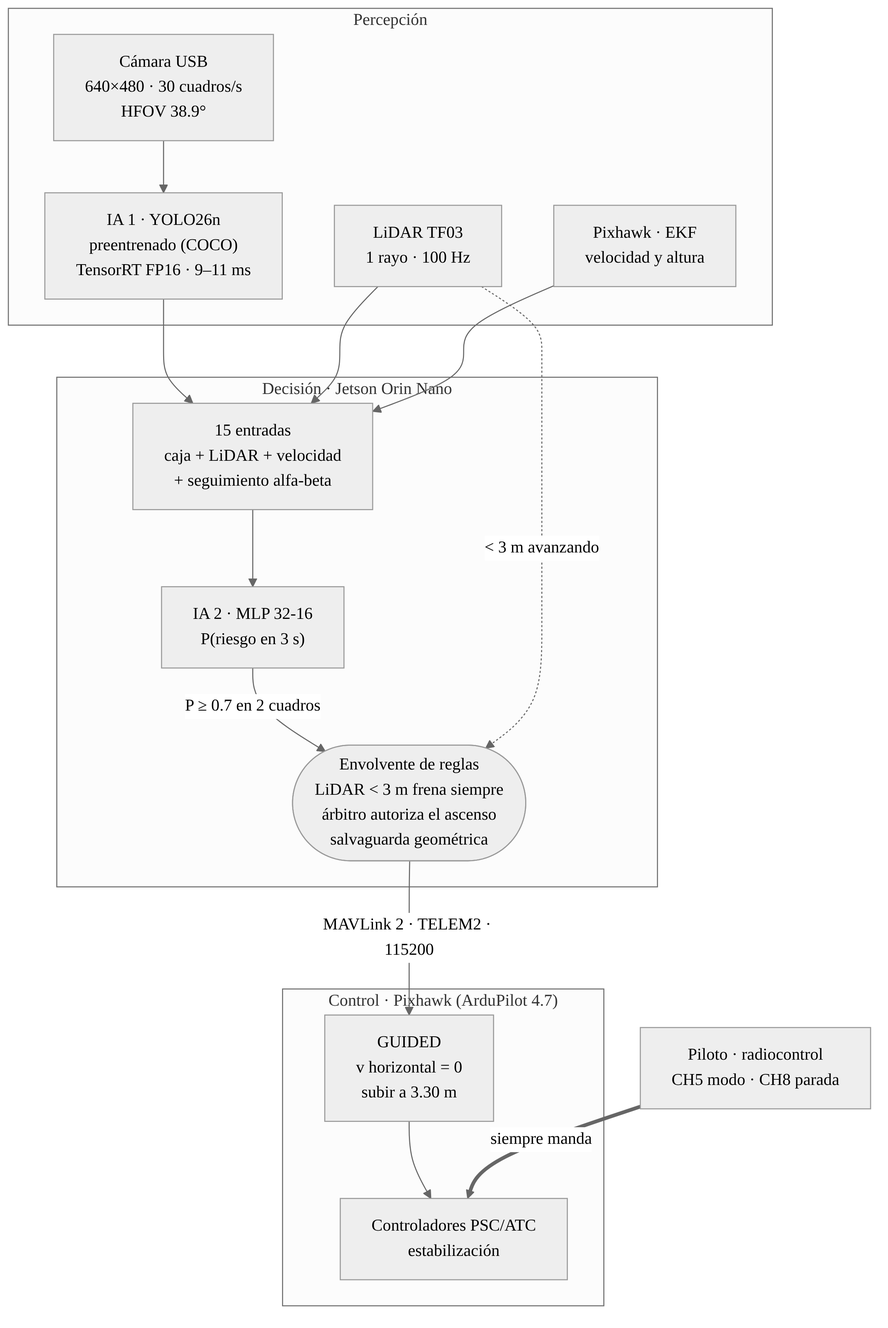
This is docs/documento/diagramas/01_arquitectura.png from brahianorrego/Tesis-IA-Drone, a Mermaid export, as it was before one commit. Its source is kept beside it as docs/documento/diagramas/01_arquitectura.mmd. Its diagram source:
```mermaid
flowchart TB
    subgraph P["Percepción"]
        CAM["Cámara USB<br/>640×480 · 30 cuadros/s<br/>HFOV 38.9°"] --> YOLO["IA 1 · YOLO26n<br/>preentrenado (COCO)<br/>TensorRT FP16 · 9–11 ms"]
        LID["LiDAR TF03<br/>1 rayo · 100 Hz"]
        EKF["Pixhawk · EKF<br/>velocidad y altura"]
    end
    subgraph D["Decisión · Jetson Orin Nano"]
        ENT["15 entradas<br/>caja + LiDAR + velocidad<br/>+ seguimiento alfa-beta"] --> MLP["IA 2 · MLP 32-16<br/>P(riesgo en 3 s)"]
        MLP -->|"P ≥ 0.7 en 2 cuadros"| ENV
        ENV(["Envolvente de reglas<br/>LiDAR &lt; 3 m frena siempre<br/>árbitro autoriza el ascenso<br/>salvaguarda geométrica"])
    end
    subgraph C["Control · Pixhawk (ArduPilot 4.7)"]
        GUI["GUIDED<br/>v horizontal = 0<br/>subir a 3.30 m"] --> PID["Controladores PSC/ATC<br/>estabilización"]
    end
    YOLO --> ENT
    LID --> ENT
    EKF --> ENT
    LID -.->|"&lt; 3 m avanzando"| ENV
    ENV -->|"MAVLink 2 · TELEM2 · 115200"| GUI
    RC["Piloto · radiocontrol<br/>CH5 modo · CH8 parada"] ==>|"siempre manda"| PID
```
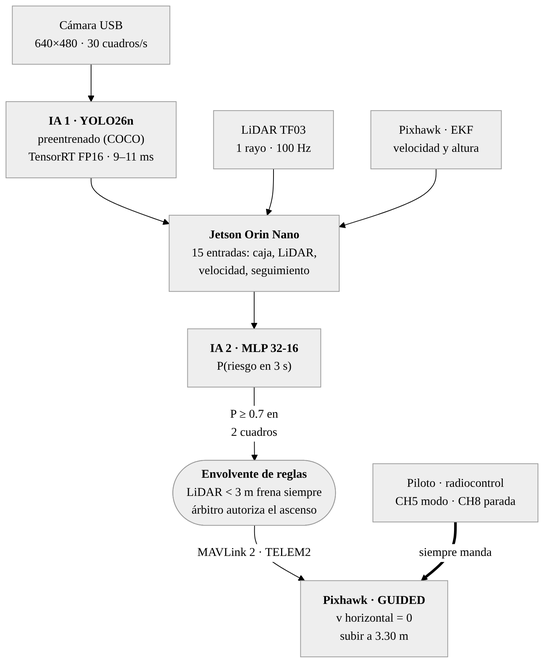
Later version of the same file.

Diff of the diagram source:
```diff
@@ -1,20 +1,11 @@
 flowchart TB
-    subgraph P["Percepción"]
-        CAM["Cámara USB<br/>640×480 · 30 cuadros/s<br/>HFOV 38.9°"] --> YOLO["IA 1 · YOLO26n<br/>preentrenado (COCO)<br/>TensorRT FP16 · 9–11 ms"]
-        LID["LiDAR TF03<br/>1 rayo · 100 Hz"]
-        EKF["Pixhawk · EKF<br/>velocidad y altura"]
-    end
-    subgraph D["Decisión · Jetson Orin Nano"]
-        ENT["15 entradas<br/>caja + LiDAR + velocidad<br/>+ seguimiento alfa-beta"] --> MLP["IA 2 · MLP 32-16<br/>P(riesgo en 3 s)"]
-        MLP -->|"P ≥ 0.7 en 2 cuadros"| ENV
-        ENV(["Envolvente de reglas<br/>LiDAR &lt; 3 m frena siempre<br/>árbitro autoriza el ascenso<br/>salvaguarda geométrica"])
-    end
-    subgraph C["Control · Pixhawk (ArduPilot 4.7)"]
-        GUI["GUIDED<br/>v horizontal = 0<br/>subir a 3.30 m"] --> PID["Controladores PSC/ATC<br/>estabilización"]
-    end
+    CAM["Cámara USB<br/>640×480 · 30 cuadros/s"] --> YOLO["<b>IA 1 · YOLO26n</b><br/>preentrenado (COCO)<br/>TensorRT FP16 · 9–11 ms"]
+    LID["LiDAR TF03<br/>1 rayo · 100 Hz"]
+    EKF["Pixhawk · EKF<br/>velocidad y altura"]
     YOLO --> ENT
     LID --> ENT
     EKF --> ENT
-    LID -.->|"&lt; 3 m avanzando"| ENV
-    ENV -->|"MAVLink 2 · TELEM2 · 115200"| GUI
-    RC["Piloto · radiocontrol<br/>CH5 modo · CH8 parada"] ==>|"siempre manda"| PID
+    ENT["<b>Jetson Orin Nano</b><br/>15 entradas: caja, LiDAR,<br/>velocidad, seguimiento"] --> MLP["<b>IA 2 · MLP 32-16</b><br/>P(riesgo en 3 s)"]
+    MLP -->|"P ≥ 0.7 en<br/>2 cuadros"| ENV(["<b>Envolvente de reglas</b><br/>LiDAR &lt; 3 m frena siempre<br/>árbitro autoriza el ascenso"])
+    ENV -->|"MAVLink 2 · TELEM2"| GUI["<b>Pixhawk · GUIDED</b><br/>v horizontal = 0<br/>subir a 3.30 m"]
+    RC["Piloto · radiocontrol<br/>CH5 modo · CH8 parada"] ==>|"siempre manda"| GUI
```
